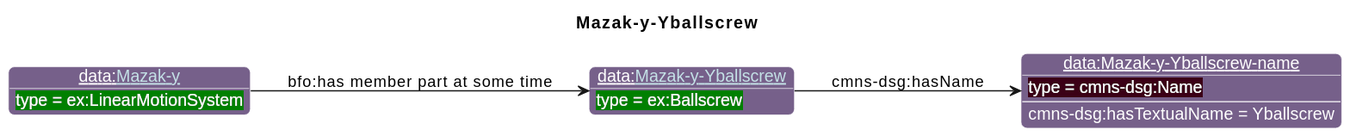
Before: diagrams/Mazak-y-Yballscrew.svg, a diagram exported from PlantUML (iofoundry/example-syseng-mtconnect).
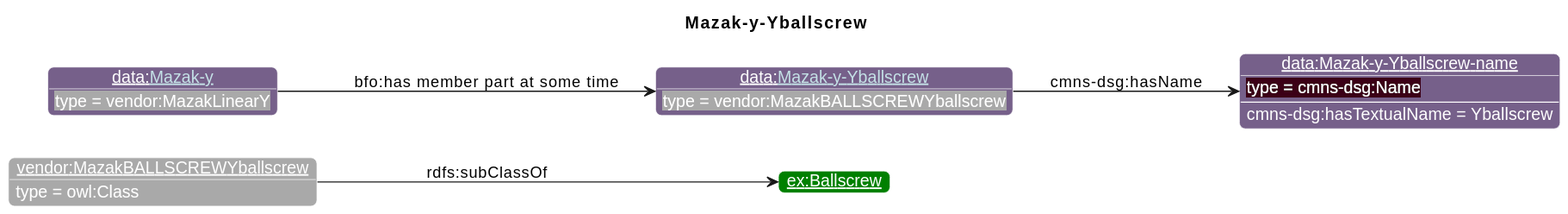
After the commit.

What changed in the source:
```diff
@@ -19,10 +19,13 @@
                       "ns1":"76608A",
 "ex":"Green","data":"76608A","core":"000000","units":"8A2D3B","qp":"641B2E","cmns-dsg":"3A0519"
 }
-individual(o1, data:[[./Mazak-y-Yballscrew.html Mazak-y-Yballscrew]], ex:Ballscrew)
-individual(o2, data:Mazak-y-Yballscrew-name, cmns-dsg:Name)
-individual(o3, data:[[./Mazak-y.html Mazak-y]], ex:LinearMotionSystem)
-property(o1, cmns-dsg:hasName, o2)
-data(o2, cmns-dsg:hasTextualName, Yballscrew)
-property(o3, "bfo:has member part at some time", o1)
+individual(o1, vendor:MazakBALLSCREWYballscrew, owl:Class)
+individual(o2, ex:Ballscrew)
+individual(o3, data:[[./Mazak-y-Yballscrew.html Mazak-y-Yballscrew]], vendor:MazakBALLSCREWYballscrew)
+individual(o4, data:Mazak-y-Yballscrew-name, cmns-dsg:Name)
+individual(o5, data:[[./Mazak-y.html Mazak-y]], vendor:MazakLinearY)
+property(o1, rdfs:subClassOf, o2)
+property(o3, cmns-dsg:hasName, o4)
+data(o4, cmns-dsg:hasTextualName, Yballscrew)
+property(o5, "bfo:has member part at some time", o3)
 @enduml
```
